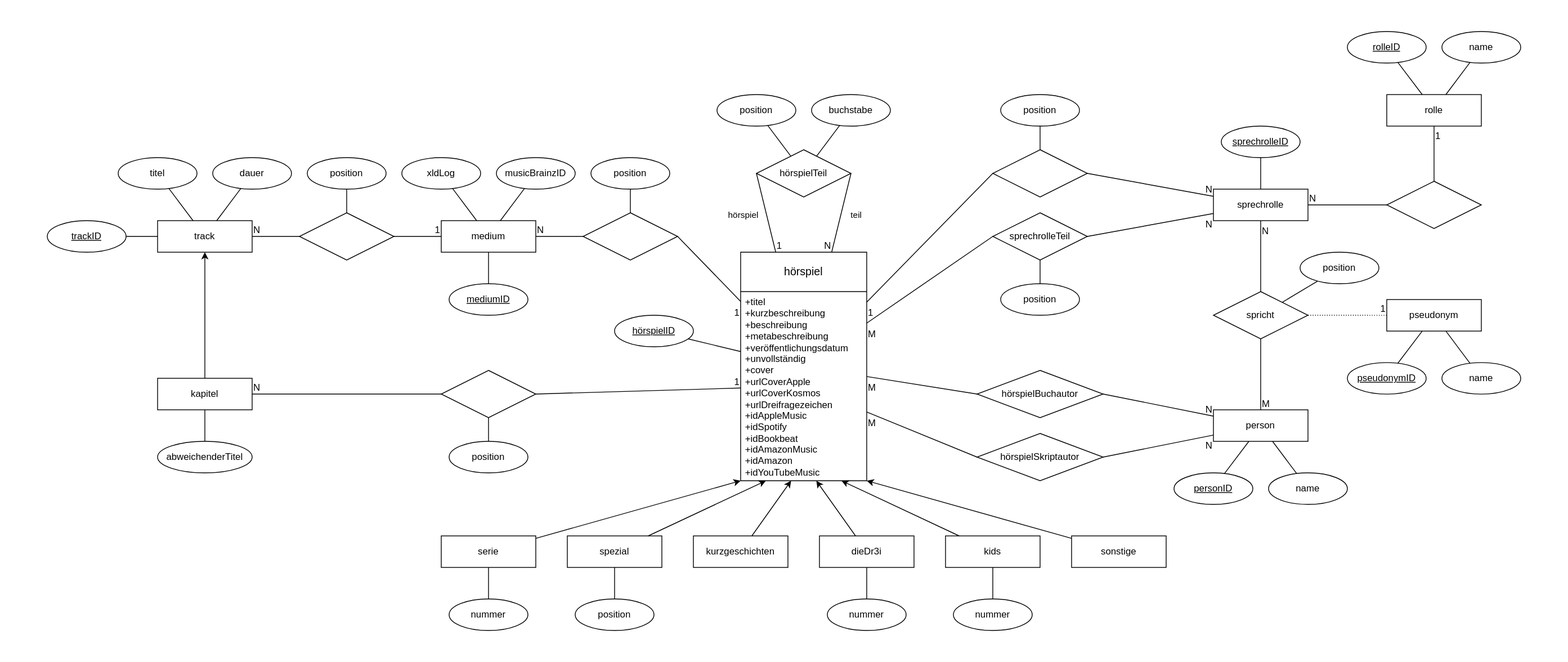
Above: model/relationalModel.svg in YourMJK/dreimetadaten (draw.io), before the change. Source tidied: cells renumbered, new cells last; positions are measured from the earlier drawing's top-left corner, leaving out a move shared by most shapes.
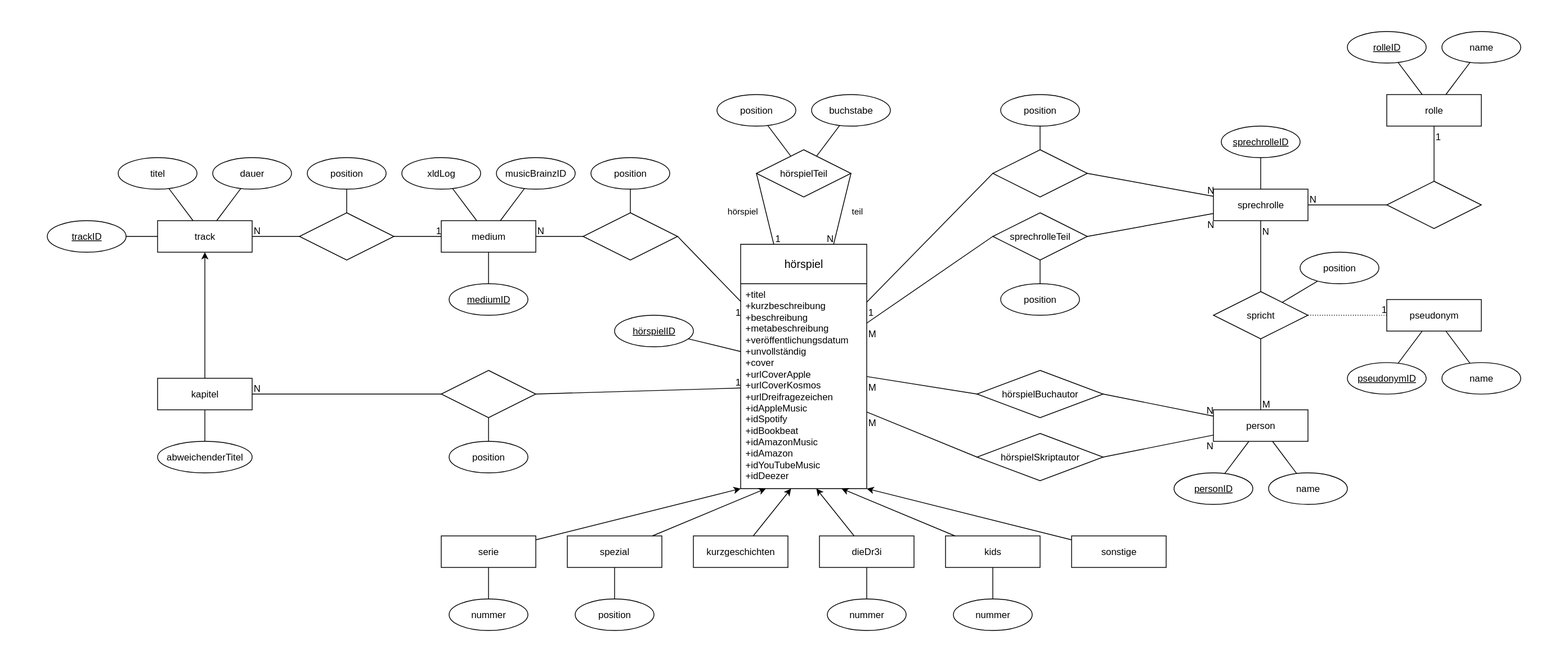
Above is the later version.

Diff of the diagram source:
```diff
@@ -6,10 +6,10 @@
       <mxGeometry x="720" y="360" width="100" height="40" as="geometry" />
     </mxCell>
     <mxCell id="3" value="hörspiel" style="swimlane;horizontal=1;startSize=50;rounded=1;fontSize=14;fontStyle=0;strokeWidth=1;shadow=0;dashed=0;align=center;arcSize=0;whiteSpace=wrap;html=1;points=[[0,0,0,0,0],[0,0.25,0,0,0],[0,0.5,0,0,0],[0,0.75,0,0,0],[0,1,0,0,0],[0.2,1,0,0,0],[0.25,0,0,0,0],[0.4,1,0,0,0],[0.5,0,0,0,0],[0.6,1,0,0,0],[0.75,0,0,0,0],[0.8,1,0,0,0],[1,0,0,0,0],[1,0.25,0,0,0],[1,0.5,0,0,0],[1,0.75,0,0,0],[1,1,0,0,0]];" parent="1" vertex="1">
-      <mxGeometry x="880" y="280" width="160" height="290" as="geometry" />
+      <mxGeometry x="880" y="270" width="160" height="310" as="geometry" />
     </mxCell>
-    <mxCell id="4" value="&lt;div&gt;+titel&lt;br&gt;&lt;/div&gt;&lt;div&gt;+kurzbeschreibung&lt;/div&gt;&lt;div&gt;+beschreibung&lt;/div&gt;&lt;div&gt;+metabeschreibung&lt;/div&gt;&lt;div&gt;+veröffentlichungsdatum&lt;/div&gt;&lt;div&gt;+unvollständig&lt;/div&gt;&lt;div&gt;+cover&lt;/div&gt;&lt;div&gt;+urlCoverApple&lt;/div&gt;&lt;div&gt;+urlCoverKosmos&lt;/div&gt;&lt;div&gt;+urlDreifragezeichen&lt;/div&gt;&lt;div&gt;+idAppleMusic&lt;/div&gt;&lt;div&gt;+idSpotify&lt;/div&gt;&lt;div&gt;+idBookbeat&lt;/div&gt;&lt;div&gt;+idAmazonMusic&lt;br&gt;&lt;/div&gt;&lt;div&gt;+idAmazon&lt;br&gt;&lt;/div&gt;&lt;div&gt;+idYouTubeMusic&lt;/div&gt;" style="align=left;strokeColor=none;fillColor=none;spacingLeft=4;fontSize=12;verticalAlign=top;html=1;points=[[0,0,0,0,0],[0,0.25,0,0,0],[0,0.5,0,0,0],[0,0.75,0,0,0],[0,1,0,0,0],[0.2,1,0,0,0],[0.25,0,0,0,0],[0.4,1,0,0,0],[0.5,0,0,0,0],[0.6,1,0,0,0],[0.75,0,0,0,0],[0.8,1,0,0,0],[1,0,0,0,0],[1,0.25,0,0,0],[1,0.5,0,0,0],[1,0.75,0,0,0],[1,1,0,0,0]];" parent="3" vertex="1">
-      <mxGeometry y="50" width="160" height="240" as="geometry" />
+    <mxCell id="4" value="&lt;div&gt;+titel&lt;br&gt;&lt;/div&gt;&lt;div&gt;+kurzbeschreibung&lt;/div&gt;&lt;div&gt;+beschreibung&lt;/div&gt;&lt;div&gt;+metabeschreibung&lt;/div&gt;&lt;div&gt;+veröffentlichungsdatum&lt;/div&gt;&lt;div&gt;+unvollständig&lt;/div&gt;&lt;div&gt;+cover&lt;/div&gt;&lt;div&gt;+urlCoverApple&lt;/div&gt;&lt;div&gt;+urlCoverKosmos&lt;/div&gt;&lt;div&gt;+urlDreifragezeichen&lt;/div&gt;&lt;div&gt;+idAppleMusic&lt;/div&gt;&lt;div&gt;+idSpotify&lt;/div&gt;&lt;div&gt;+idBookbeat&lt;/div&gt;&lt;div&gt;+idAmazonMusic&lt;br&gt;&lt;/div&gt;&lt;div&gt;+idAmazon&lt;br&gt;&lt;/div&gt;&lt;div&gt;+idYouTubeMusic&lt;/div&gt;&lt;div&gt;&lt;div&gt;+idDeezer&lt;/div&gt;&lt;/div&gt;" style="align=left;strokeColor=none;fillColor=none;spacingLeft=4;fontSize=12;verticalAlign=top;html=1;points=[[0,0,0,0,0],[0,0.25,0,0,0],[0,0.5,0,0,0],[0,0.75,0,0,0],[0,1,0,0,0],[0.2,1,0,0,0],[0.25,0,0,0,0],[0.4,1,0,0,0],[0.5,0,0,0,0],[0.6,1,0,0,0],[0.75,0,0,0,0],[0.8,1,0,0,0],[1,0,0,0,0],[1,0.25,0,0,0],[1,0.5,0,0,0],[1,0.75,0,0,0],[1,1,0,0,0]];" parent="3" vertex="1">
+      <mxGeometry y="50" width="160" height="260" as="geometry" />
     </mxCell>
     <mxCell id="5" style="edgeStyle=orthogonalEdgeStyle;rounded=0;orthogonalLoop=1;jettySize=auto;html=1;exitX=0.5;exitY=1;exitDx=0;exitDy=0;" parent="3" edge="1" source="4" target="4">
       <mxGeometry relative="1" as="geometry" />
```
